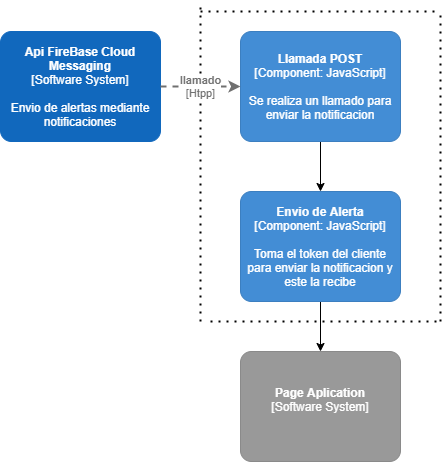
Before: images/ComponentesFirebase.drawio.png, a diagram exported from draw.io (abraham22rodriguez/AnalisisAvanzadoDeSoftware_AbrahamRodriguez). Source tidied: cells renumbered, new cells last; positions are measured from the earlier drawing's top-left corner, leaving out a move shared by most shapes.
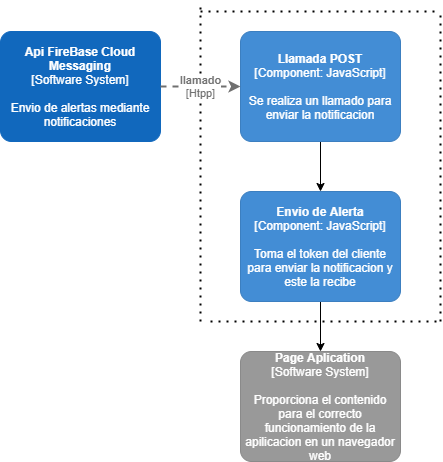
The same file after the commit.

The edit, as a diff of the source:
```diff
@@ -42,7 +42,7 @@
         <mxGeometry x="240" y="30" width="160" height="110" as="geometry" />
       </mxCell>
     </object>
-    <object id="10" label="&lt;b&gt;%c4Name%&lt;/b&gt;&lt;div&gt;[%c4Type%]&lt;/div&gt;&lt;br&gt;&lt;div&gt;%c4Description%&lt;/div&gt;" c4Description="" c4Name="Page Aplication" c4Type="Software System" placeholders="1">
+    <object id="10" label="&lt;b&gt;%c4Name%&lt;/b&gt;&lt;div&gt;[%c4Type%]&lt;/div&gt;&lt;br&gt;&lt;div&gt;%c4Description%&lt;/div&gt;" c4Description="Proporciona el contenido para el correcto funcionamiento de la apilicacion en un navegador web" c4Name="Page Aplication" c4Type="Software System" placeholders="1">
       <mxCell style="rounded=1;whiteSpace=wrap;html=1;labelBackgroundColor=none;fillColor=#999999;fontColor=#ffffff;align=center;arcSize=10;strokeColor=#8A8A8A;metaData={&quot;c4Type&quot;:{&quot;editable&quot;:false}};points=[[0.25,0,0],[0.5,0,0],[0.75,0,0],[1,0.25,0],[1,0.5,0],[1,0.75,0],[0.75,1,0],[0.5,1,0],[0.25,1,0],[0,0.75,0],[0,0.5,0],[0,0.25,0]];" parent="1" vertex="1">
         <mxGeometry x="240" y="350" width="160" height="110" as="geometry" />
       </mxCell>
```
